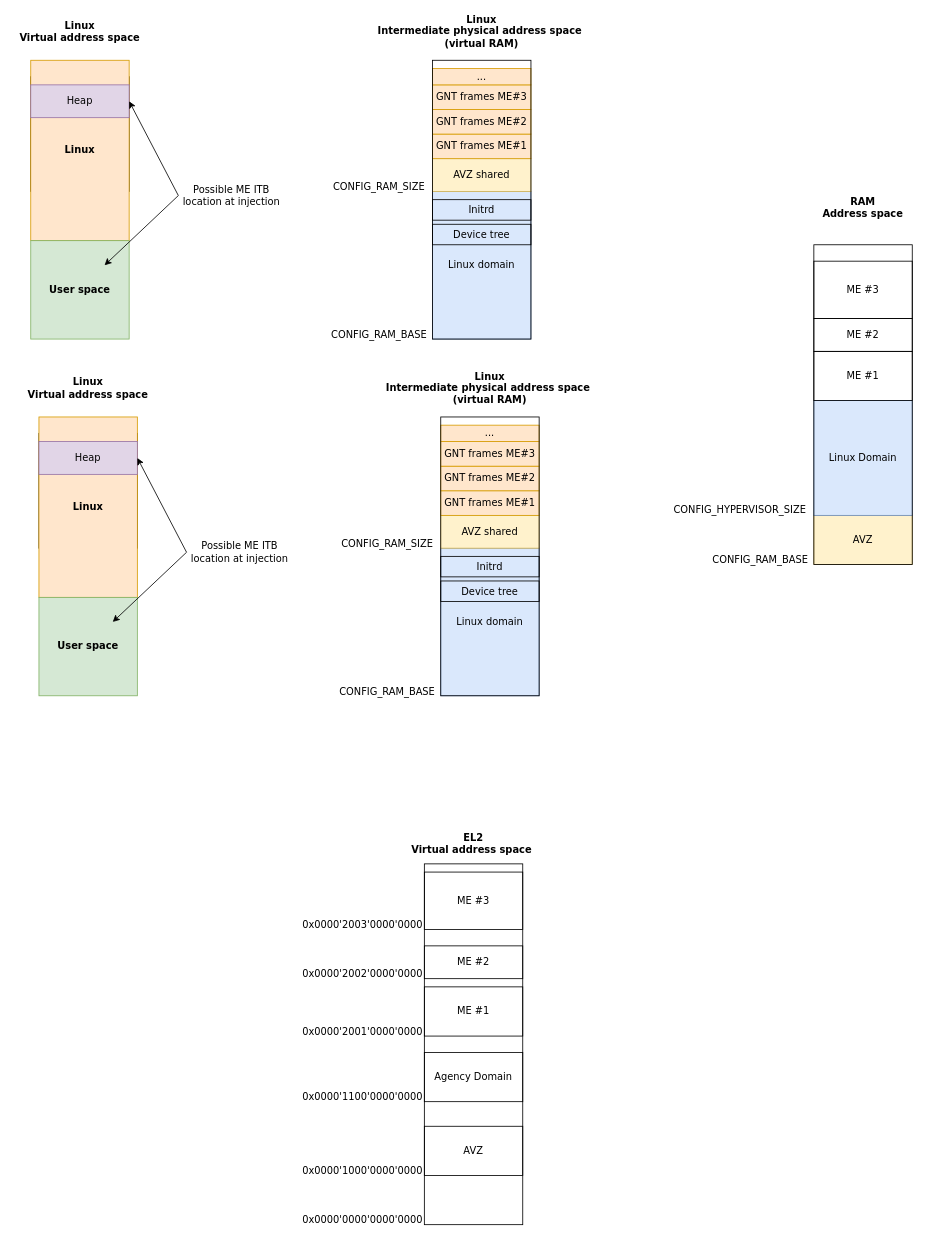
Before: page "Aarch64-virt" (14 of 15) of doc/source/img/SOO.drawio in smartobjectoriented/soo, a draw.io diagram. Source tidied: cells renumbered, new cells numbered last; positions are measured from the earlier drawing's top-left corner, leaving out a move shared by most shapes. Both pictures are drawn from the tidied source at 82%, with x=0, y=0 at pixel (14, 19).
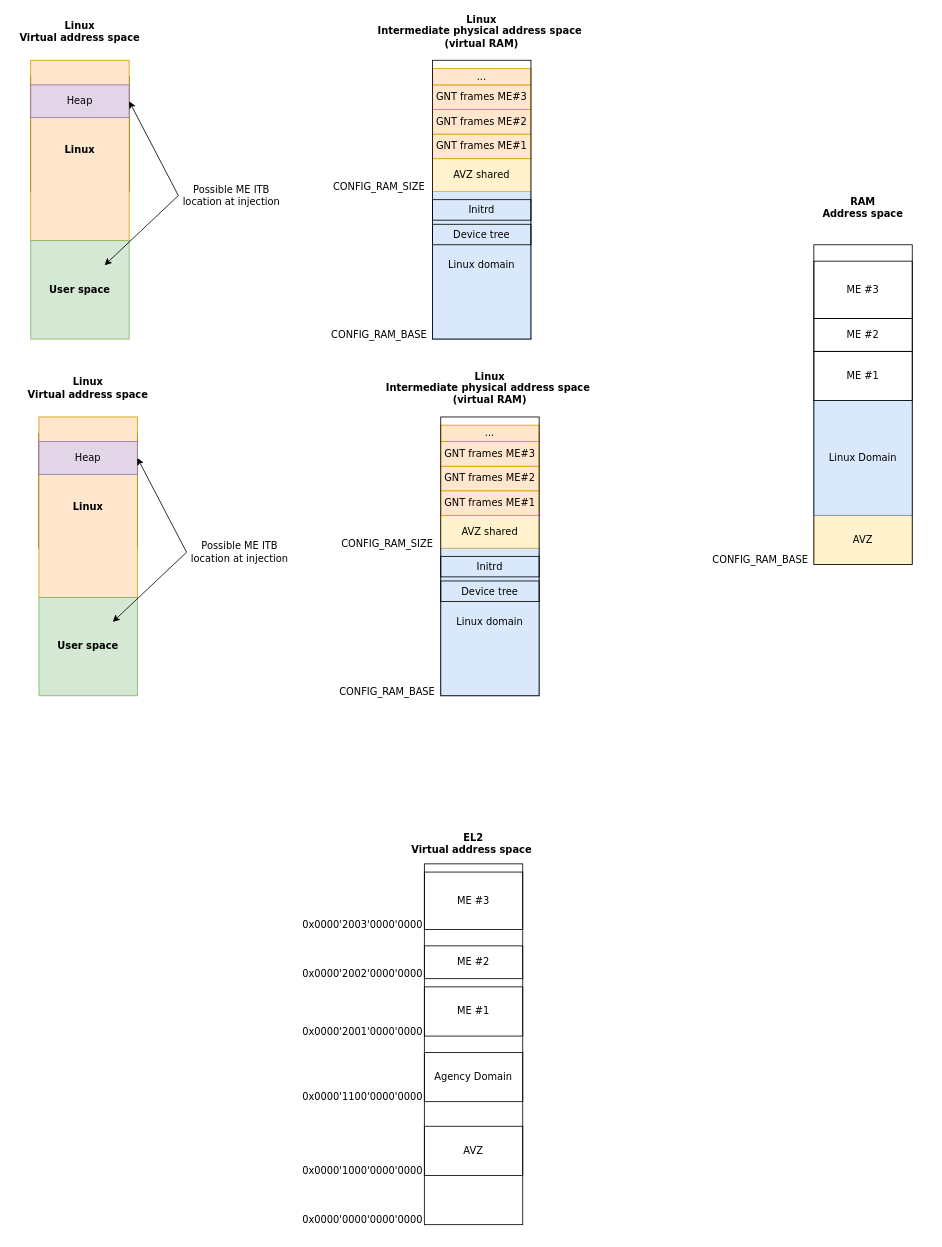
Above is the later version.

Diff of the diagram source:
```diff
@@
-    <mxCell id="20" value="CONFIG_HYPERVISOR_SIZE" style="text;html=1;strokeColor=none;fillColor=none;align=center;verticalAlign=middle;whiteSpace=wrap;rounded=0;fontFamily=Verdana;" parent="1" vertex="1">
-      <mxGeometry x="810" y="583" width="150" height="30" as="geometry" />
-    </mxCell>
```
